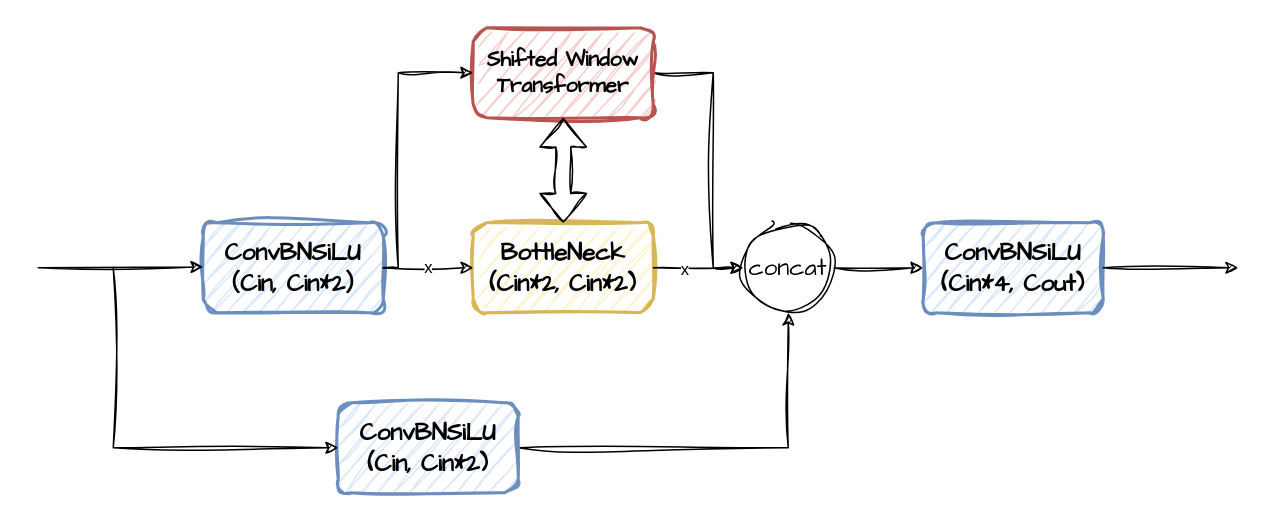
225ceV/tiny keeps this draw.io diagram as page "C3STR" (15 of 21) of figs.drawio. Above is the earlier version. Source tidied: cells renumbered, new cells numbered last; positions are measured from the earlier drawing's top-left corner, leaving out a move shared by most shapes. Both pictures are drawn from the tidied source at 150%, with x=0, y=0 at pixel (38, 27).
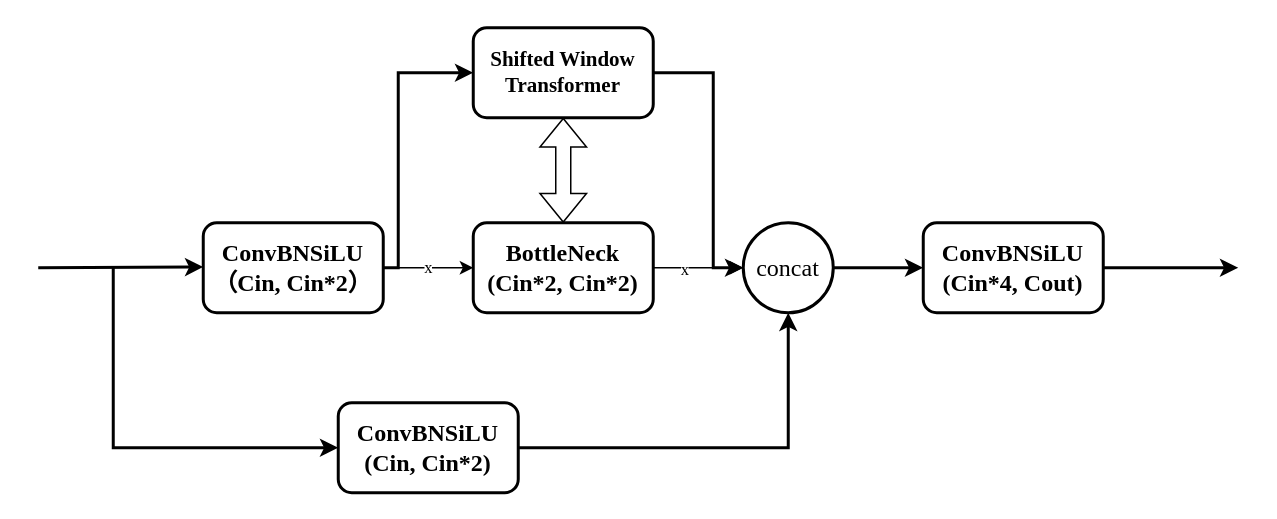
The same page after the edit.

Diff of the diagram source:
```diff
@@
-    <mxCell id="2" value="&lt;font style=&quot;font-size: 16px;&quot;&gt;&lt;b&gt;&lt;font face=&quot;Comic Sans MS&quot;&gt;ConvBNSiLU&lt;br&gt;（Cin, Cin*2）&lt;/font&gt;&lt;br&gt;&lt;/b&gt;&lt;/font&gt;" style="rounded=1;whiteSpace=wrap;html=1;fillColor=#dae8fc;strokeColor=#6c8ebf;strokeWidth=2;sketch=1;curveFitting=1;jiggle=2;" parent="1" vertex="1">
+    <mxCell id="2" value="&lt;font style=&quot;font-size: 16px;&quot;&gt;&lt;b&gt;&lt;font&gt;ConvBNSiLU&lt;br&gt;（Cin, Cin*2）&lt;/font&gt;&lt;br&gt;&lt;/b&gt;&lt;/font&gt;" style="rounded=1;whiteSpace=wrap;html=1;strokeWidth=2;fontFamily=Times New Roman;" parent="1" vertex="1">
       <mxGeometry x="110" y="130" width="120" height="60" as="geometry" />
     </mxCell>
-    <mxCell id="3" style="edgeStyle=orthogonalEdgeStyle;rounded=0;jettySize=auto;html=1;sketch=1;curveFitting=1;jiggle=2;" parent="1" edge="1" source="4" target="5">
+    <mxCell id="3" style="edgeStyle=orthogonalEdgeStyle;rounded=0;jettySize=auto;html=1;fontFamily=Times New Roman;strokeWidth=2;" parent="1" edge="1" source="4" target="5">
       <mxGeometry relative="1" as="geometry" />
     </mxCell>
-    <mxCell id="4" value="&lt;font face=&quot;Comic Sans MS&quot; style=&quot;font-size: 16px;&quot;&gt;concat&lt;/font&gt;" style="ellipse;whiteSpace=wrap;html=1;sketch=1;curveFitting=1;jiggle=2;" parent="1" vertex="1">
+    <mxCell id="4" value="&lt;font style=&quot;font-size: 16px;&quot;&gt;concat&lt;/font&gt;" style="ellipse;whiteSpace=wrap;html=1;fontFamily=Times New Roman;strokeWidth=2;" parent="1" vertex="1">
       <mxGeometry x="470" y="130" width="60" height="60" as="geometry" />
     </mxCell>
-    <mxCell id="5" value="&lt;font style=&quot;font-size: 16px;&quot;&gt;&lt;b&gt;&lt;font face=&quot;Comic Sans MS&quot;&gt;ConvBNSiLU&lt;br&gt;(Cin*4, Cout)&lt;/font&gt;&lt;br&gt;&lt;/b&gt;&lt;/font&gt;" style="rounded=1;whiteSpace=wrap;html=1;fillColor=#dae8fc;strokeColor=#6c8ebf;strokeWidth=2;sketch=1;curveFitting=1;jiggle=2;" parent="1" vertex="1">
+    <mxCell id="5" value="&lt;font style=&quot;font-size: 16px;&quot;&gt;&lt;b&gt;&lt;font&gt;ConvBNSiLU&lt;br&gt;(Cin*4, Cout)&lt;/font&gt;&lt;br&gt;&lt;/b&gt;&lt;/font&gt;" style="rounded=1;whiteSpace=wrap;html=1;strokeWidth=2;fontFamily=Times New Roman;" parent="1" vertex="1">
       <mxGeometry x="590" y="130" width="120" height="60" as="geometry" />
     </mxCell>
-    <mxCell id="6" style="edgeStyle=orthogonalEdgeStyle;rounded=0;jettySize=auto;html=1;exitX=1;exitY=0.5;exitDx=0;exitDy=0;entryX=0.5;entryY=1;entryDx=0;entryDy=0;sketch=1;curveFitting=1;jiggle=2;" parent="1" edge="1" source="7" target="4">
+    <mxCell id="6" style="edgeStyle=orthogonalEdgeStyle;rounded=0;jettySize=auto;html=1;exitX=1;exitY=0.5;exitDx=0;exitDy=0;entryX=0.5;entryY=1;entryDx=0;entryDy=0;fontFamily=Times New Roman;strokeWidth=2;" parent="1" edge="1" source="7" target="4">
       <mxGeometry relative="1" as="geometry" />
     </mxCell>
-    <mxCell id="7" value="&lt;font style=&quot;font-size: 16px;&quot;&gt;&lt;b&gt;&lt;font face=&quot;Comic Sans MS&quot;&gt;ConvBNSiLU&lt;br&gt;(Cin, Cin*2)&lt;/font&gt;&lt;br&gt;&lt;/b&gt;&lt;/font&gt;" style="rounded=1;whiteSpace=wrap;html=1;fillColor=#dae8fc;strokeColor=#6c8ebf;strokeWidth=2;sketch=1;curveFitting=1;jiggle=2;" parent="1" vertex="1">
+    <mxCell id="7" value="&lt;font style=&quot;font-size: 16px;&quot;&gt;&lt;b&gt;&lt;font&gt;ConvBNSiLU&lt;br&gt;(Cin, Cin*2)&lt;/font&gt;&lt;br&gt;&lt;/b&gt;&lt;/font&gt;" style="rounded=1;whiteSpace=wrap;html=1;strokeWidth=2;fontFamily=Times New Roman;" parent="1" vertex="1">
       <mxGeometry x="200" y="250" width="120" height="60" as="geometry" />
     </mxCell>
-    <mxCell id="8" style="endArrow=classic;html=1;rounded=0;sketch=1;curveFitting=1;jiggle=2;" parent="1" edge="1">
+    <mxCell id="8" style="endArrow=classic;html=1;rounded=0;fontFamily=Times New Roman;strokeWidth=2;" parent="1" edge="1">
       <mxGeometry relative="1" as="geometry">
         <mxPoint y="160" as="sourcePoint" />
         <mxPoint x="110" y="159.5" as="targetPoint" />
       </mxGeometry>
     </mxCell>
-    <mxCell id="9" style="endArrow=classic;html=1;rounded=0;entryX=0;entryY=0.5;entryDx=0;entryDy=0;sketch=1;curveFitting=1;jiggle=2;" parent="1" edge="1" target="7">
+    <mxCell id="9" style="endArrow=classic;html=1;rounded=0;entryX=0;entryY=0.5;entryDx=0;entryDy=0;fontFamily=Times New Roman;strokeWidth=2;" parent="1" edge="1" target="7">
       <mxGeometry relative="1" as="geometry">
         <mxPoint x="50" y="160" as="sourcePoint" />
         <Array as="points">
           <mxPoint x="50" y="280" />
         </Array>
       </mxGeometry>
     </mxCell>
-    <mxCell id="10" style="endArrow=classic;html=1;rounded=0;exitX=1;exitY=0.5;exitDx=0;exitDy=0;sketch=1;curveFitting=1;jiggle=2;" parent="1" edge="1" source="5">
+    <mxCell id="10" style="endArrow=classic;html=1;rounded=0;exitX=1;exitY=0.5;exitDx=0;exitDy=0;fontFamily=Times New Roman;strokeWidth=2;" parent="1" edge="1" source="5">
       <mxGeometry relative="1" as="geometry">
         <mxPoint x="800" y="160" as="targetPoint" />
       </mxGeometry>
     </mxCell>
-    <mxCell id="11" style="edgeStyle=orthogonalEdgeStyle;rounded=0;jettySize=auto;html=1;exitX=1;exitY=0.5;exitDx=0;exitDy=0;entryX=0;entryY=0.5;entryDx=0;entryDy=0;sketch=1;curveFitting=1;jiggle=2;" parent="1" edge="1" source="12" target="4">
+    <mxCell id="11" style="edgeStyle=orthogonalEdgeStyle;rounded=0;jettySize=auto;html=1;exitX=1;exitY=0.5;exitDx=0;exitDy=0;entryX=0;entryY=0.5;entryDx=0;entryDy=0;fontFamily=Times New Roman;strokeWidth=2;" parent="1" edge="1" source="12" target="4">
       <mxGeometry relative="1" as="geometry">
         <Array as="points">
           <mxPoint x="450" y="30" />
           <mxPoint x="450" y="160" />
         </Array>
       </mxGeometry>
     </mxCell>
-    <mxCell id="12" value="&lt;font style=&quot;&quot;&gt;&lt;font size=&quot;1&quot; style=&quot;&quot; face=&quot;Comic Sans MS&quot;&gt;&lt;b style=&quot;font-size: 14px;&quot;&gt;Shifted Window&lt;br&gt;Transformer&lt;/b&gt;&lt;/font&gt;&lt;br&gt;&lt;/font&gt;" style="rounded=1;whiteSpace=wrap;html=1;fillColor=#f8cecc;strokeColor=#b85450;strokeWidth=2;sketch=1;curveFitting=1;jiggle=2;" parent="1" vertex="1">
+    <mxCell id="12" value="&lt;font style=&quot;&quot;&gt;&lt;font size=&quot;1&quot; style=&quot;&quot;&gt;&lt;b style=&quot;font-size: 14px;&quot;&gt;Shifted Window&lt;br&gt;Transformer&lt;/b&gt;&lt;/font&gt;&lt;br&gt;&lt;/font&gt;" style="rounded=1;whiteSpace=wrap;html=1;strokeWidth=2;fontFamily=Times New Roman;" parent="1" vertex="1">
       <mxGeometry x="290" width="120" height="60" as="geometry" />
     </mxCell>
-    <mxCell id="13" value="&lt;font style=&quot;font-size: 16px;&quot;&gt;&lt;b&gt;&lt;font face=&quot;Comic Sans MS&quot;&gt;BottleNeck&lt;br&gt;(Cin*2, Cin*2)&lt;/font&gt;&lt;br&gt;&lt;/b&gt;&lt;/font&gt;" style="rounded=1;whiteSpace=wrap;html=1;fillColor=#fff2cc;strokeColor=#d6b656;strokeWidth=2;sketch=1;curveFitting=1;jiggle=2;" parent="1" vertex="1">
+    <mxCell id="13" value="&lt;font style=&quot;font-size: 16px;&quot;&gt;&lt;b&gt;&lt;font&gt;BottleNeck&lt;br&gt;(Cin*2, Cin*2)&lt;/font&gt;&lt;br&gt;&lt;/b&gt;&lt;/font&gt;" style="rounded=1;whiteSpace=wrap;html=1;strokeWidth=2;fontFamily=Times New Roman;" parent="1" vertex="1">
       <mxGeometry x="290" y="130" width="120" height="60" as="geometry" />
     </mxCell>
-    <mxCell id="14" style="shape=flexArrow;endArrow=classic;startArrow=classic;html=1;rounded=0;entryX=0.5;entryY=1;entryDx=0;entryDy=0;exitX=0.5;exitY=0;exitDx=0;exitDy=0;sketch=1;curveFitting=1;jiggle=2;" parent="1" edge="1" source="13" target="12">
+    <mxCell id="14" style="shape=flexArrow;endArrow=classic;startArrow=classic;html=1;rounded=0;entryX=0.5;entryY=1;entryDx=0;entryDy=0;exitX=0.5;exitY=0;exitDx=0;exitDy=0;fontFamily=Times New Roman;" parent="1" edge="1" source="13" target="12">
       <mxGeometry relative="1" as="geometry" />
     </mxCell>
-    <mxCell id="15" style="endArrow=classic;html=1;rounded=0;exitX=1;exitY=0.5;exitDx=0;exitDy=0;entryX=0;entryY=0.5;entryDx=0;entryDy=0;sketch=1;curveFitting=1;jiggle=2;" parent="1" edge="1" source="2" target="12">
+    <mxCell id="15" style="endArrow=classic;html=1;rounded=0;exitX=1;exitY=0.5;exitDx=0;exitDy=0;entryX=0;entryY=0.5;entryDx=0;entryDy=0;fontFamily=Times New Roman;strokeWidth=2;" parent="1" edge="1" source="2" target="12">
       <mxGeometry relative="1" as="geometry">
         <Array as="points">
           <mxPoint x="240" y="160" />
           <mxPoint x="240" y="30" />
         </Array>
       </mxGeometry>
     </mxCell>
-    <mxCell id="16" value="x" style="endArrow=classic;html=1;rounded=0;exitX=1;exitY=0.5;exitDx=0;exitDy=0;entryX=0;entryY=0.5;entryDx=0;entryDy=0;sketch=1;curveFitting=1;jiggle=2;" parent="1" edge="1" source="2" target="13">
+    <mxCell id="16" value="x" style="endArrow=classic;html=1;rounded=0;exitX=1;exitY=0.5;exitDx=0;exitDy=0;entryX=0;entryY=0.5;entryDx=0;entryDy=0;fontFamily=Times New Roman;" parent="1" edge="1" source="2" target="13">
       <mxGeometry relative="1" as="geometry" />
     </mxCell>
-    <mxCell id="17" style="endArrow=classic;html=1;rounded=0;exitX=1;exitY=0.5;exitDx=0;exitDy=0;entryX=0;entryY=0.5;entryDx=0;entryDy=0;sketch=1;curveFitting=1;jiggle=2;" parent="1" edge="1" source="13" target="4">
+    <mxCell id="17" style="endArrow=classic;html=1;rounded=0;exitX=1;exitY=0.5;exitDx=0;exitDy=0;entryX=0;entryY=0.5;entryDx=0;entryDy=0;fontFamily=Times New Roman;" parent="1" edge="1" source="13" target="4">
       <mxGeometry relative="1" as="geometry" />
     </mxCell>
-    <mxCell id="18" value="x" style="edgeLabel;html=1;align=center;verticalAlign=middle;" parent="17" vertex="1">
+    <mxCell id="18" value="x" style="edgeLabel;html=1;align=center;verticalAlign=middle;fontFamily=Times New Roman;" parent="17" vertex="1">
       <mxGeometry relative="1" as="geometry">
         <mxPoint x="-10" as="offset" />
       </mxGeometry>
     </mxCell>
```
